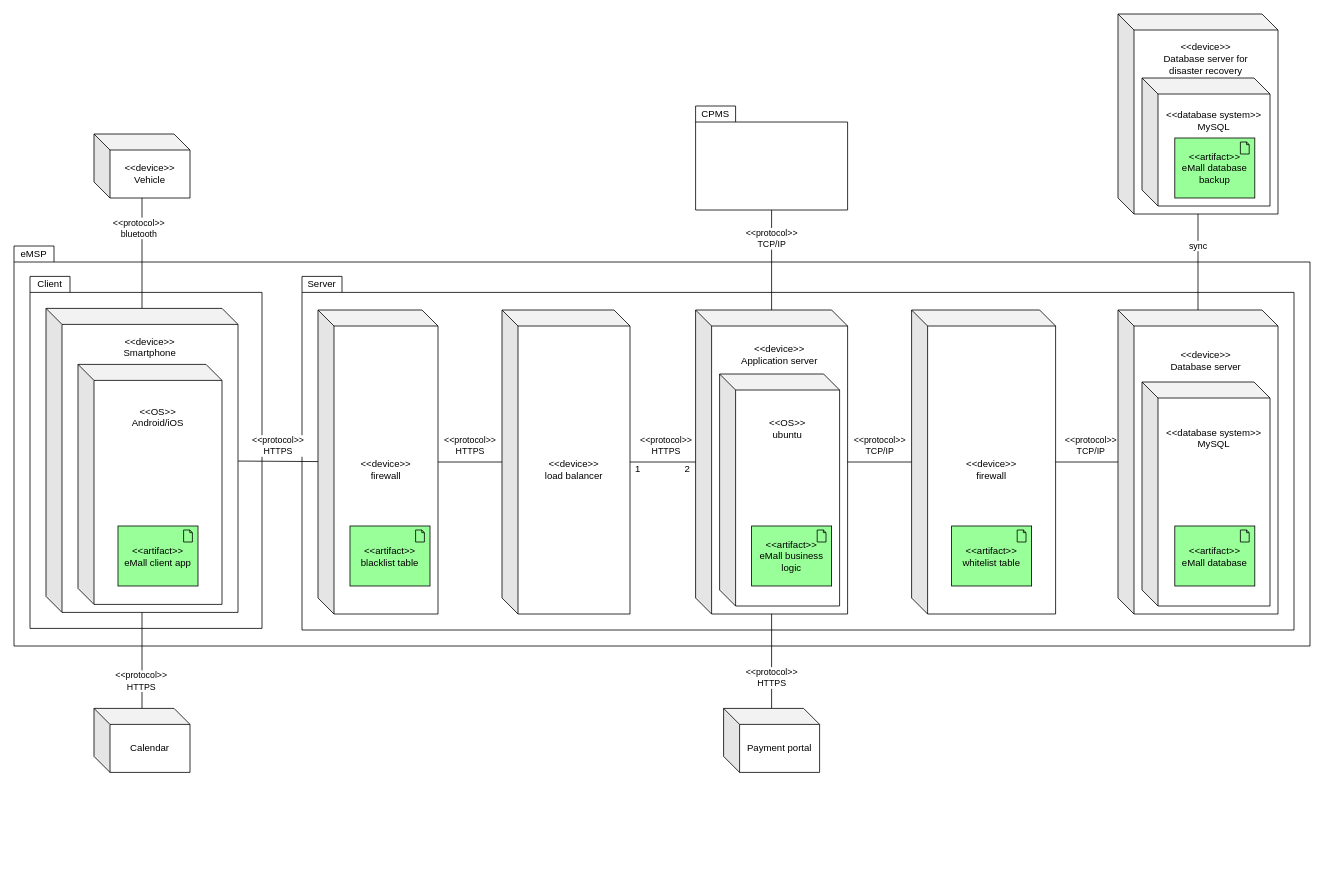
Above: page "eMSP-deployment" (3 of 4) of DD/Graphics/DD.drawio in federico-mandelli/CoriglianoMandelliPignataro (draw.io), before the change. Source tidied: cells renumbered, new cells numbered last; positions are measured from the earlier drawing's top-left corner, leaving out a move shared by most shapes. Both pictures are drawn from the tidied source at 80%, with x=0, y=0 at pixel (14, 14).
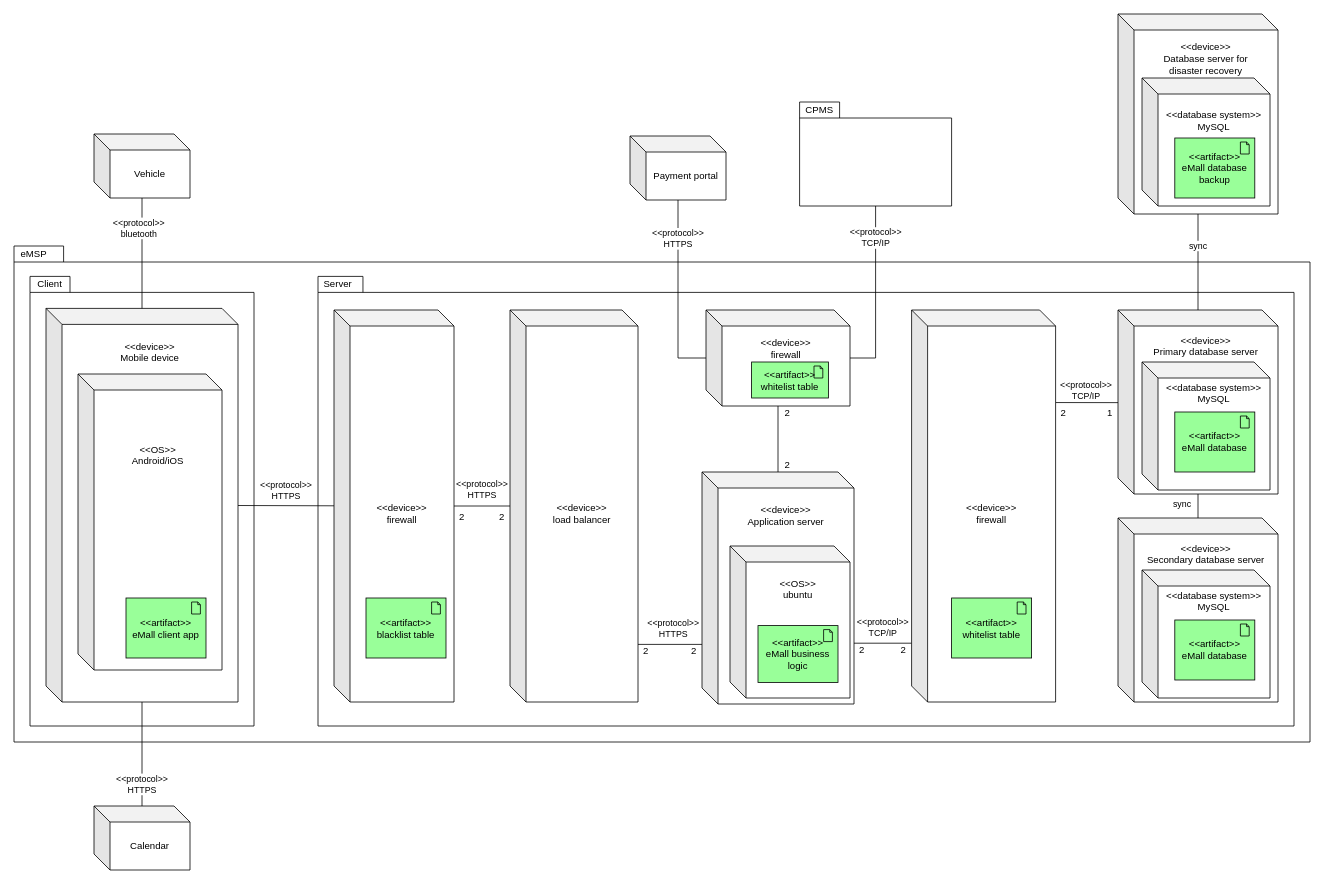
The same diagram, later.

Change to the diagram source:
```diff
@@
-    <mxCell id="2" style="shape=folder;fontStyle=1;spacingTop=10;tabWidth=50;tabHeight=20;tabPosition=left;html=1;" parent="1" vertex="1">
-      <mxGeometry y="290" width="1620" height="500" as="geometry" />
+    <mxCell id="2" style="shape=folder;fontStyle=1;spacingTop=10;tabWidth=60;tabHeight=20;tabPosition=left;html=1;" parent="1" vertex="1">
+      <mxGeometry y="290" width="1620" height="620" as="geometry" />
     </mxCell>
     <mxCell id="3" style="shape=folder;fontStyle=1;spacingTop=10;tabWidth=50;tabHeight=20;tabPosition=left;html=1;" parent="1" vertex="1">
-      <mxGeometry x="360" y="328" width="1240" height="442" as="geometry" />
+      <mxGeometry x="380" y="328" width="1220" height="562" as="geometry" />
     </mxCell>
     <mxCell id="4" style="shape=folder;fontStyle=1;spacingTop=10;tabWidth=50;tabHeight=20;tabPosition=left;html=1;" parent="1" vertex="1">
-      <mxGeometry x="20" y="328" width="290" height="440" as="geometry" />
+      <mxGeometry x="20" y="328" width="280" height="562" as="geometry" />
     </mxCell>
-    <mxCell id="5" value="&amp;lt;&amp;lt;device&amp;gt;&amp;gt;&lt;br&gt;Application server&lt;br&gt;&lt;br&gt;&lt;br&gt;&lt;br&gt;&lt;br&gt;&lt;br&gt;&lt;br&gt;&lt;br&gt;&lt;br&gt;&lt;br&gt;&lt;br&gt;&lt;br&gt;&lt;br&gt;&lt;br&gt;&lt;br&gt;&lt;br&gt;&lt;br&gt;&lt;br&gt;&lt;br&gt;&lt;br&gt;&lt;br&gt;" style="shape=cube;whiteSpace=wrap;html=1;boundedLbl=1;backgroundOutline=1;darkOpacity=0.05;darkOpacity2=0.1;" parent="1" vertex="1">
-      <mxGeometry x="852" y="370" width="190" height="380" as="geometry" />
+    <mxCell id="5" value="&amp;lt;&amp;lt;device&amp;gt;&amp;gt;&lt;br&gt;Application server&lt;br&gt;&lt;br&gt;&lt;br&gt;&lt;br&gt;&lt;br&gt;&lt;br&gt;&lt;br&gt;&lt;br&gt;&lt;br&gt;&lt;br&gt;&lt;br&gt;&lt;br&gt;&lt;br&gt;&lt;br&gt;&lt;br&gt;" style="shape=cube;whiteSpace=wrap;html=1;boundedLbl=1;backgroundOutline=1;darkOpacity=0.05;darkOpacity2=0.1;" parent="1" vertex="1">
+      <mxGeometry x="860" y="572.5" width="190" height="290" as="geometry" />
     </mxCell>
-    <mxCell id="6" value="&amp;lt;&amp;lt;device&amp;gt;&amp;gt;&lt;br&gt;Database server&lt;br&gt;&lt;br&gt;&lt;br&gt;&lt;br&gt;&lt;br&gt;&lt;br&gt;&lt;br&gt;&lt;br&gt;&lt;br&gt;&lt;br&gt;&lt;br&gt;&lt;br&gt;&lt;br&gt;&lt;br&gt;&lt;br&gt;&lt;br&gt;&lt;br&gt;&lt;br&gt;&lt;br&gt;&lt;br&gt;" style="shape=cube;whiteSpace=wrap;html=1;boundedLbl=1;backgroundOutline=1;darkOpacity=0.05;darkOpacity2=0.1;" parent="1" vertex="1">
-      <mxGeometry x="1380" y="370" width="200" height="380" as="geometry" />
+    <mxCell id="6" value="&amp;lt;&amp;lt;device&amp;gt;&amp;gt;&lt;br&gt;Primary database server&lt;br&gt;&lt;br&gt;&lt;br&gt;&lt;br&gt;&lt;br&gt;&lt;br&gt;&lt;br&gt;&lt;br&gt;&lt;br&gt;&lt;br&gt;&lt;br&gt;&lt;br&gt;" style="shape=cube;whiteSpace=wrap;html=1;boundedLbl=1;backgroundOutline=1;darkOpacity=0.05;darkOpacity2=0.1;" parent="1" vertex="1">
+      <mxGeometry x="1380" y="370" width="200" height="230" as="geometry" />
     </mxCell>
-    <mxCell id="7" value="&amp;lt;&amp;lt;device&amp;gt;&amp;gt;&lt;br&gt;Vehicle" style="shape=cube;whiteSpace=wrap;html=1;boundedLbl=1;backgroundOutline=1;darkOpacity=0.05;darkOpacity2=0.1;" parent="1" vertex="1">
+    <mxCell id="7" value="Vehicle" style="shape=cube;whiteSpace=wrap;html=1;boundedLbl=1;backgroundOutline=1;darkOpacity=0.05;darkOpacity2=0.1;" parent="1" vertex="1">
       <mxGeometry x="100" y="150" width="120" height="80" as="geometry" />
     </mxCell>
@@
     <mxCell id="9" value="Server" style="text;html=1;strokeColor=none;fillColor=none;align=center;verticalAlign=middle;whiteSpace=wrap;rounded=0;" parent="1" vertex="1">
-      <mxGeometry x="360" y="328" width="50" height="20" as="geometry" />
+      <mxGeometry x="380" y="328" width="50" height="20" as="geometry" />
     </mxCell>
@@
     <mxCell id="11" style="shape=folder;fontStyle=1;spacingTop=10;tabWidth=50;tabHeight=20;tabPosition=left;html=1;" parent="1" vertex="1">
-      <mxGeometry x="852" y="115" width="190" height="130" as="geometry" />
+      <mxGeometry x="982" y="110" width="190" height="130" as="geometry" />
     </mxCell>
     <mxCell id="12" value="CPMS" style="text;html=1;strokeColor=none;fillColor=none;align=center;verticalAlign=middle;whiteSpace=wrap;rounded=0;" parent="1" vertex="1">
-      <mxGeometry x="852" y="115" width="50" height="20" as="geometry" />
+      <mxGeometry x="982" y="110" width="50" height="20" as="geometry" />
     </mxCell>
     <mxCell id="13" value="Calendar" style="shape=cube;whiteSpace=wrap;html=1;boundedLbl=1;backgroundOutline=1;darkOpacity=0.05;darkOpacity2=0.1;" parent="1" vertex="1">
-      <mxGeometry x="100" y="868" width="120" height="80" as="geometry" />
+      <mxGeometry x="100" y="990" width="120" height="80" as="geometry" />
     </mxCell>
-    <mxCell id="14" value="&amp;lt;&amp;lt;device&amp;gt;&amp;gt;&lt;br&gt;Smartphone&lt;br&gt;&lt;br&gt;&lt;br&gt;&lt;br&gt;&lt;br&gt;&lt;br&gt;&lt;br&gt;&lt;br&gt;&lt;br&gt;&lt;br&gt;&lt;br&gt;&lt;br&gt;&lt;br&gt;&lt;br&gt;&lt;br&gt;&lt;br&gt;&lt;br&gt;&lt;br&gt;&lt;br&gt;&lt;br&gt;&lt;br&gt;&lt;br&gt;" style="shape=cube;whiteSpace=wrap;html=1;boundedLbl=1;backgroundOutline=1;darkOpacity=0.05;darkOpacity2=0.1;" parent="1" vertex="1">
-      <mxGeometry x="40" y="368" width="240" height="380" as="geometry" />
+    <mxCell id="14" value="&amp;lt;&amp;lt;device&amp;gt;&amp;gt;&lt;br&gt;Mobile device&lt;br&gt;&lt;br&gt;&lt;br&gt;&lt;br&gt;&lt;br&gt;&lt;br&gt;&lt;br&gt;&lt;br&gt;&lt;br&gt;&lt;br&gt;&lt;br&gt;&lt;br&gt;&lt;br&gt;&lt;br&gt;&lt;br&gt;&lt;br&gt;&lt;br&gt;&lt;br&gt;&lt;br&gt;&lt;br&gt;&lt;br&gt;&lt;br&gt;&lt;br&gt;&lt;br&gt;&lt;br&gt;&lt;br&gt;&lt;br&gt;&lt;br&gt;&lt;br&gt;" style="shape=cube;whiteSpace=wrap;html=1;boundedLbl=1;backgroundOutline=1;darkOpacity=0.05;darkOpacity2=0.1;" parent="1" vertex="1">
+      <mxGeometry x="40" y="368" width="240" height="492" as="geometry" />
     </mxCell>
     <mxCell id="15" value="&amp;lt;&amp;lt;OS&amp;gt;&amp;gt;&lt;br&gt;Android/iOS&lt;br&gt;&lt;br&gt;&lt;br&gt;&lt;br&gt;&lt;br&gt;&lt;br&gt;&lt;br&gt;&lt;br&gt;&lt;br&gt;&lt;br&gt;&lt;br&gt;&lt;br&gt;&lt;br&gt;&lt;br&gt;" style="shape=cube;whiteSpace=wrap;html=1;boundedLbl=1;backgroundOutline=1;darkOpacity=0.05;darkOpacity2=0.1;" parent="1" vertex="1">
-      <mxGeometry x="80" y="438" width="180" height="300" as="geometry" />
+      <mxGeometry x="80" y="450" width="180" height="370" as="geometry" />
     </mxCell>
@@
-    <mxCell id="17" value="&amp;lt;&amp;lt;OS&amp;gt;&amp;gt;&lt;br&gt;ubuntu&lt;br&gt;&lt;br&gt;&lt;br&gt;&lt;br&gt;&lt;br&gt;&lt;br&gt;&lt;br&gt;&lt;br&gt;&lt;br&gt;&lt;br&gt;&lt;br&gt;&lt;br&gt;&lt;br&gt;" style="shape=cube;whiteSpace=wrap;html=1;boundedLbl=1;backgroundOutline=1;darkOpacity=0.05;darkOpacity2=0.1;" parent="1" vertex="1">
-      <mxGeometry x="882" y="450" width="150" height="290" as="geometry" />
+    <mxCell id="17" value="&amp;lt;&amp;lt;OS&amp;gt;&amp;gt;&lt;br&gt;ubuntu&lt;br&gt;&lt;br&gt;&lt;br&gt;&lt;br&gt;&lt;br&gt;&lt;br&gt;&lt;br&gt;&lt;br&gt;" style="shape=cube;whiteSpace=wrap;html=1;boundedLbl=1;backgroundOutline=1;darkOpacity=0.05;darkOpacity2=0.1;" parent="1" vertex="1">
+      <mxGeometry x="895" y="665" width="150" height="190" as="geometry" />
     </mxCell>
@@
     <mxCell id="19" value="&amp;lt;&amp;lt;artifact&amp;gt;&amp;gt;&lt;br style=&quot;border-color: var(--border-color);&quot;&gt;eMall client app" style="html=1;whiteSpace=wrap;fillColor=#99ff99;shape=mxgraph.archimate.application;appType=artifact;" parent="1" vertex="1">
-      <mxGeometry x="130" y="640" width="100" height="75" as="geometry" />
+      <mxGeometry x="140" y="730" width="100" height="75" as="geometry" />
     </mxCell>
     <mxCell id="20" value="&amp;lt;&amp;lt;artifact&amp;gt;&amp;gt;&lt;br style=&quot;border-color: var(--border-color);&quot;&gt;eMall business logic" style="html=1;whiteSpace=wrap;fillColor=#99ff99;shape=mxgraph.archimate.application;appType=artifact;" parent="1" vertex="1">
-      <mxGeometry x="922" y="640" width="100" height="75" as="geometry" />
+      <mxGeometry x="930" y="764.5" width="100" height="71" as="geometry" />
     </mxCell>
     <mxCell id="21" value="Payment portal" style="shape=cube;whiteSpace=wrap;html=1;boundedLbl=1;backgroundOutline=1;darkOpacity=0.05;darkOpacity2=0.1;" parent="1" vertex="1">
-      <mxGeometry x="887" y="868" width="120" height="80" as="geometry" />
+      <mxGeometry x="770" y="152.5" width="120" height="80" as="geometry" />
     </mxCell>
-    <mxCell id="22" value="&amp;lt;&amp;lt;protocol&amp;gt;&amp;gt;&lt;br&gt;HTTPS" style="endArrow=none;html=1;rounded=0;" parent="1" edge="1" source="21" target="5">
-      <mxGeometry x="-0.36" relative="1" as="geometry" />
+    <mxCell id="22" value="&amp;lt;&amp;lt;protocol&amp;gt;&amp;gt;&lt;br&gt;HTTPS" style="endArrow=none;html=1;rounded=0;" parent="1" edge="1" source="21" target="52">
+      <mxGeometry x="-0.59" relative="1" as="geometry">
+        <Array as="points">
+          <mxPoint x="830" y="430" />
+        </Array>
+      </mxGeometry>
     </mxCell>
     <mxCell id="23" value="&amp;lt;&amp;lt;protocol&amp;gt;&amp;gt;&lt;br&gt;HTTPS" style="endArrow=none;html=1;rounded=0;" parent="1" edge="1" source="14" target="13">
-      <mxGeometry x="0.44" relative="1" as="geometry">
-        <mxPoint x="-1" as="offset" />
-      </mxGeometry>
+      <mxGeometry x="0.59" relative="1" as="geometry" />
     </mxCell>
-    <mxCell id="24" value="&amp;lt;&amp;lt;database system&amp;gt;&amp;gt;&lt;br&gt;MySQL&lt;br&gt;&lt;br&gt;&lt;br&gt;&lt;br&gt;&lt;br&gt;&lt;br&gt;&lt;br&gt;&lt;br&gt;&lt;br&gt;&lt;br&gt;&lt;br&gt;&lt;br&gt;" style="shape=cube;whiteSpace=wrap;html=1;boundedLbl=1;backgroundOutline=1;darkOpacity=0.05;darkOpacity2=0.1;" parent="1" vertex="1">
-      <mxGeometry x="1410" y="460" width="160" height="280" as="geometry" />
+    <mxCell id="24" value="&amp;lt;&amp;lt;database system&amp;gt;&amp;gt;&lt;br&gt;MySQL&lt;br&gt;&lt;br&gt;&lt;br&gt;&lt;br&gt;&lt;br&gt;&lt;br&gt;&lt;br&gt;&lt;br&gt;" style="shape=cube;whiteSpace=wrap;html=1;boundedLbl=1;backgroundOutline=1;darkOpacity=0.05;darkOpacity2=0.1;" parent="1" vertex="1">
+      <mxGeometry x="1410" y="435" width="160" height="160" as="geometry" />
     </mxCell>
-    <mxCell id="25" value="&amp;lt;&amp;lt;protocol&amp;gt;&amp;gt;&lt;br&gt;TCP/IP" style="endArrow=none;html=1;rounded=0;" parent="1" edge="1" source="30" target="5">
+    <mxCell id="25" value="&amp;lt;&amp;lt;protocol&amp;gt;&amp;gt;&lt;br&gt;TCP/IP" style="endArrow=none;html=1;rounded=0;entryX=0;entryY=0;entryDx=0;entryDy=0;exitX=1;exitY=0;exitDx=0;exitDy=0;" parent="1" edge="1" source="45" target="44">
       <mxGeometry y="-20" relative="1" as="geometry" />
     </mxCell>
     <mxCell id="26" value="&amp;lt;&amp;lt;artifact&amp;gt;&amp;gt;&lt;br style=&quot;border-color: var(--border-color);&quot;&gt;eMall database" style="html=1;whiteSpace=wrap;fillColor=#99ff99;shape=mxgraph.archimate.application;appType=artifact;" parent="1" vertex="1">
-      <mxGeometry x="1451" y="640" width="100" height="75" as="geometry" />
+      <mxGeometry x="1451" y="497.5" width="100" height="75" as="geometry" />
     </mxCell>
     <mxCell id="27" value="&amp;lt;&amp;lt;device&amp;gt;&amp;gt;&lt;br&gt;firewall" style="shape=cube;whiteSpace=wrap;html=1;boundedLbl=1;backgroundOutline=1;darkOpacity=0.05;darkOpacity2=0.1;" parent="1" vertex="1">
-      <mxGeometry x="380" y="370" width="150" height="380" as="geometry" />
+      <mxGeometry x="400" y="370" width="150" height="490" as="geometry" />
     </mxCell>
@@
     <mxCell id="29" value="&amp;lt;&amp;lt;artifact&amp;gt;&amp;gt;&lt;br style=&quot;border-color: var(--border-color);&quot;&gt;blacklist table" style="html=1;whiteSpace=wrap;fillColor=#99ff99;shape=mxgraph.archimate.application;appType=artifact;" parent="1" vertex="1">
-      <mxGeometry x="420" y="640" width="100" height="75" as="geometry" />
+      <mxGeometry x="440" y="730" width="100" height="75" as="geometry" />
     </mxCell>
     <mxCell id="30" value="&amp;lt;&amp;lt;device&amp;gt;&amp;gt;&lt;br&gt;firewall" style="shape=cube;whiteSpace=wrap;html=1;boundedLbl=1;backgroundOutline=1;darkOpacity=0.05;darkOpacity2=0.1;" parent="1" vertex="1">
-      <mxGeometry x="1122" y="370" width="180" height="380" as="geometry" />
+      <mxGeometry x="1122" y="370" width="180" height="490" as="geometry" />
     </mxCell>
     <mxCell id="31" value="&amp;lt;&amp;lt;artifact&amp;gt;&amp;gt;&lt;br style=&quot;border-color: var(--border-color);&quot;&gt;whitelist table" style="html=1;whiteSpace=wrap;fillColor=#99ff99;shape=mxgraph.archimate.application;appType=artifact;" parent="1" vertex="1">
-      <mxGeometry x="1172" y="640" width="100" height="75" as="geometry" />
+      <mxGeometry x="1172" y="730" width="100" height="75" as="geometry" />
     </mxCell>
-    <mxCell id="32" value="&amp;lt;&amp;lt;protocol&amp;gt;&amp;gt;&lt;br&gt;TCP/IP" style="endArrow=none;html=1;rounded=0;" parent="1" edge="1" source="5" target="11">
-      <mxGeometry x="0.44" relative="1" as="geometry">
-        <mxPoint y="1" as="offset" />
-      </mxGeometry>
+    <mxCell id="32" style="endArrow=none;html=1;rounded=0;" parent="1" edge="1" source="5" target="52">
+      <mxGeometry y="2" relative="1" as="geometry" />
     </mxCell>
-    <mxCell id="33" value="&amp;lt;&amp;lt;protocol&amp;gt;&amp;gt;&lt;br&gt;TCP/IP" style="endArrow=none;html=1;rounded=0;" parent="1" edge="1" source="30" target="6">
-      <mxGeometry x="0.14" y="20" relative="1" as="geometry" />
+    <mxCell id="33" value="&amp;lt;&amp;lt;protocol&amp;gt;&amp;gt;&lt;br&gt;TCP/IP" style="endArrow=none;html=1;rounded=0;exitX=1.002;exitY=0.234;exitDx=0;exitDy=0;exitPerimeter=0;" parent="1" edge="1">
+      <mxGeometry x="-0.03" y="15" relative="1" as="geometry">
+        <mxPoint x="1302.4" y="485.7" as="sourcePoint" />
+        <mxPoint x="1380" y="485.8" as="targetPoint" />
+      </mxGeometry>
     </mxCell>
     <mxCell id="34" value="&amp;lt;&amp;lt;device&amp;gt;&amp;gt;&lt;br&gt;load balancer" style="shape=cube;whiteSpace=wrap;html=1;boundedLbl=1;backgroundOutline=1;darkOpacity=0.05;darkOpacity2=0.1;" parent="1" vertex="1">
-      <mxGeometry x="610" y="370" width="160" height="380" as="geometry" />
+      <mxGeometry x="620" y="370" width="160" height="490" as="geometry" />
     </mxCell>
-    <mxCell id="35" value="&amp;lt;&amp;lt;protocol&amp;gt;&amp;gt;&lt;br style=&quot;border-color: var(--border-color);&quot;&gt;HTTPS" style="endArrow=none;html=1;rounded=0;" parent="1" edge="1" source="34" target="5">
+    <mxCell id="35" value="&amp;lt;&amp;lt;protocol&amp;gt;&amp;gt;&lt;br style=&quot;border-color: var(--border-color);&quot;&gt;HTTPS" style="endArrow=none;html=1;rounded=0;exitX=0;exitY=0;exitDx=0;exitDy=0;entryX=1;entryY=0;entryDx=0;entryDy=0;" parent="1" edge="1" source="36" target="37">
       <mxGeometry x="0.09" y="20" relative="1" as="geometry" />
     </mxCell>
-    <mxCell id="36" value="1" style="text;html=1;strokeColor=none;fillColor=none;align=center;verticalAlign=middle;whiteSpace=wrap;rounded=0;" parent="1" vertex="1">
-      <mxGeometry x="770" y="560" width="20" height="17" as="geometry" />
+    <mxCell id="36" value="2" style="text;html=1;strokeColor=none;fillColor=none;align=center;verticalAlign=middle;whiteSpace=wrap;rounded=0;" parent="1" vertex="1">
+      <mxGeometry x="780" y="788" width="20" height="17" as="geometry" />
     </mxCell>
     <mxCell id="37" value="2" style="text;html=1;strokeColor=none;fillColor=none;align=center;verticalAlign=middle;whiteSpace=wrap;rounded=0;" parent="1" vertex="1">
-      <mxGeometry x="832" y="560" width="20" height="17" as="geometry" />
+      <mxGeometry x="840" y="788" width="20" height="17" as="geometry" />
     </mxCell>
@@
+    <mxCell id="42" value="2" style="text;html=1;strokeColor=none;fillColor=none;align=center;verticalAlign=middle;whiteSpace=wrap;rounded=0;" parent="1" vertex="1">
+      <mxGeometry x="550" y="620" width="20" height="17" as="geometry" />
+    </mxCell>
+    <mxCell id="43" value="2" style="text;html=1;strokeColor=none;fillColor=none;align=center;verticalAlign=middle;whiteSpace=wrap;rounded=0;" parent="1" vertex="1">
+      <mxGeometry x="600" y="620" width="20" height="17" as="geometry" />
+    </mxCell>
+    <mxCell id="44" value="2" style="text;html=1;strokeColor=none;fillColor=none;align=center;verticalAlign=middle;whiteSpace=wrap;rounded=0;" parent="1" vertex="1">
+      <mxGeometry x="1050" y="786.5" width="20" height="17" as="geometry" />
+    </mxCell>
+    <mxCell id="45" value="2" style="text;html=1;strokeColor=none;fillColor=none;align=center;verticalAlign=middle;whiteSpace=wrap;rounded=0;" parent="1" vertex="1">
+      <mxGeometry x="1102" y="786.5" width="20" height="17" as="geometry" />
+    </mxCell>
+    <mxCell id="46" value="2" style="text;html=1;strokeColor=none;fillColor=none;align=center;verticalAlign=middle;whiteSpace=wrap;rounded=0;" parent="1" vertex="1">
+      <mxGeometry x="1302" y="490" width="20" height="17" as="geometry" />
+    </mxCell>
+    <mxCell id="47" value="1" style="text;html=1;strokeColor=none;fillColor=none;align=center;verticalAlign=middle;whiteSpace=wrap;rounded=0;" parent="1" vertex="1">
+      <mxGeometry x="1360" y="490" width="20" height="17" as="geometry" />
+    </mxCell>
+    <mxCell id="48" value="&amp;lt;&amp;lt;device&amp;gt;&amp;gt;&lt;br&gt;Secondary database server&lt;br&gt;&lt;br&gt;&lt;br&gt;&lt;br&gt;&lt;br&gt;&lt;br&gt;&lt;br&gt;&lt;br&gt;&lt;br&gt;&lt;br&gt;&lt;br&gt;&lt;br&gt;" style="shape=cube;whiteSpace=wrap;html=1;boundedLbl=1;backgroundOutline=1;darkOpacity=0.05;darkOpacity2=0.1;" parent="1" vertex="1">
+      <mxGeometry x="1380" y="630" width="200" height="230" as="geometry" />
+    </mxCell>
+    <mxCell id="49" value="&amp;lt;&amp;lt;database system&amp;gt;&amp;gt;&lt;br&gt;MySQL&lt;br&gt;&lt;br&gt;&lt;br&gt;&lt;br&gt;&lt;br&gt;&lt;br&gt;&lt;br&gt;&lt;br&gt;" style="shape=cube;whiteSpace=wrap;html=1;boundedLbl=1;backgroundOutline=1;darkOpacity=0.05;darkOpacity2=0.1;" parent="1" vertex="1">
+      <mxGeometry x="1410" y="695" width="160" height="160" as="geometry" />
+    </mxCell>
+    <mxCell id="50" value="&amp;lt;&amp;lt;artifact&amp;gt;&amp;gt;&lt;br style=&quot;border-color: var(--border-color);&quot;&gt;eMall database" style="html=1;whiteSpace=wrap;fillColor=#99ff99;shape=mxgraph.archimate.application;appType=artifact;" parent="1" vertex="1">
+      <mxGeometry x="1451" y="757.5" width="100" height="75" as="geometry" />
+    </mxCell>
+    <mxCell id="51" value="sync" style="endArrow=none;html=1;rounded=0;" parent="1" edge="1" source="48" target="6">
+      <mxGeometry x="0.14" y="20" relative="1" as="geometry" />
+    </mxCell>
+    <mxCell id="52" value="&amp;lt;&amp;lt;device&amp;gt;&amp;gt;&lt;br&gt;firewall&lt;br&gt;&lt;br&gt;&lt;br&gt;&lt;br&gt;" style="shape=cube;whiteSpace=wrap;html=1;boundedLbl=1;backgroundOutline=1;darkOpacity=0.05;darkOpacity2=0.1;" parent="1" vertex="1">
+      <mxGeometry x="865" y="370" width="180" height="120" as="geometry" />
+    </mxCell>
+    <mxCell id="53" value="&amp;lt;&amp;lt;artifact&amp;gt;&amp;gt;&lt;br style=&quot;border-color: var(--border-color);&quot;&gt;whitelist table" style="html=1;whiteSpace=wrap;fillColor=#99ff99;shape=mxgraph.archimate.application;appType=artifact;" parent="1" vertex="1">
+      <mxGeometry x="922" y="435" width="96" height="45" as="geometry" />
+    </mxCell>
+    <mxCell id="54" value="&amp;lt;&amp;lt;protocol&amp;gt;&amp;gt;&lt;br&gt;TCP/IP" style="endArrow=none;html=1;rounded=0;" parent="1" edge="1" source="52" target="11">
+      <mxGeometry x="0.64" relative="1" as="geometry">
+        <Array as="points">
+          <mxPoint x="1077" y="430" />
+        </Array>
+      </mxGeometry>
+    </mxCell>
+    <mxCell id="55" value="2" style="text;html=1;strokeColor=none;fillColor=none;align=center;verticalAlign=middle;whiteSpace=wrap;rounded=0;" parent="1" vertex="1">
+      <mxGeometry x="957" y="490" width="20" height="17" as="geometry" />
+    </mxCell>
+    <mxCell id="56" value="2" style="text;html=1;strokeColor=none;fillColor=none;align=center;verticalAlign=middle;whiteSpace=wrap;rounded=0;" parent="1" vertex="1">
+      <mxGeometry x="957" y="555.5" width="20" height="17" as="geometry" />
+    </mxCell>
```
